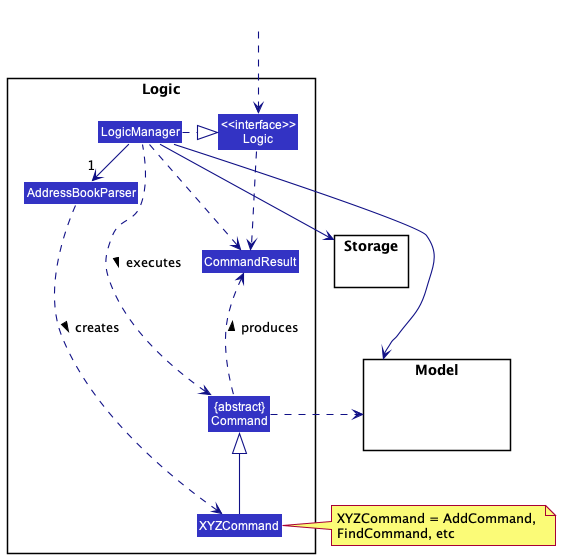
nus-cs2103-AY2223S1/tp keeps this PlantUML diagram as docs/images/LogicClassDiagram.png. Above is the earlier version.
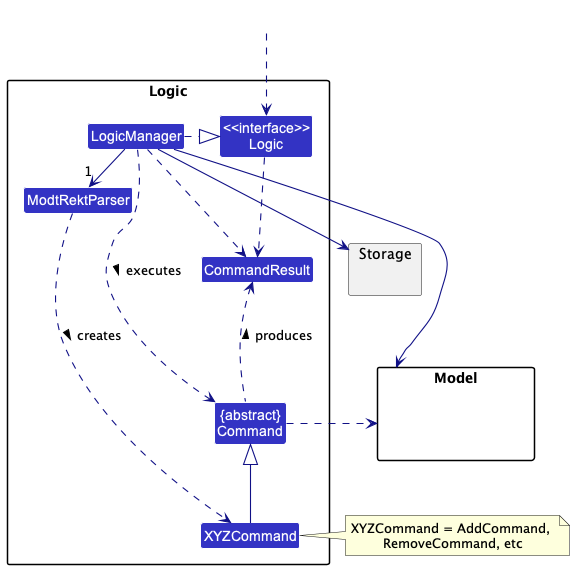
Above is the later version.

The edit, as a diff of the source:
```diff
@@ -6,7 +6,7 @@
 
 package Logic {
 
-Class AddressBookParser
+Class ModtRektParser
 Class XYZCommand
 Class CommandResult
 Class "{abstract}\nCommand" as Command
@@ -27,8 +27,8 @@
 HiddenOutside ..> Logic
 
 LogicManager .right.|> Logic
-LogicManager -right->"1" AddressBookParser
-AddressBookParser ..> XYZCommand : creates >
+LogicManager -right->"1" ModtRektParser
+ModtRektParser ..> XYZCommand : creates >
 
 XYZCommand -up-|> Command
 LogicManager .left.> Command : executes >
@@ -38,7 +38,7 @@
 Storage --[hidden] Model
 Command .[hidden]up.> Storage
 Command .right.> Model
-note right of XYZCommand: XYZCommand = AddCommand, \nFindCommand, etc
+note right of XYZCommand: XYZCommand = AddCommand, \nRemoveCommand, etc
 
 Logic ..> CommandResult
 LogicManager .down.> CommandResult
```
